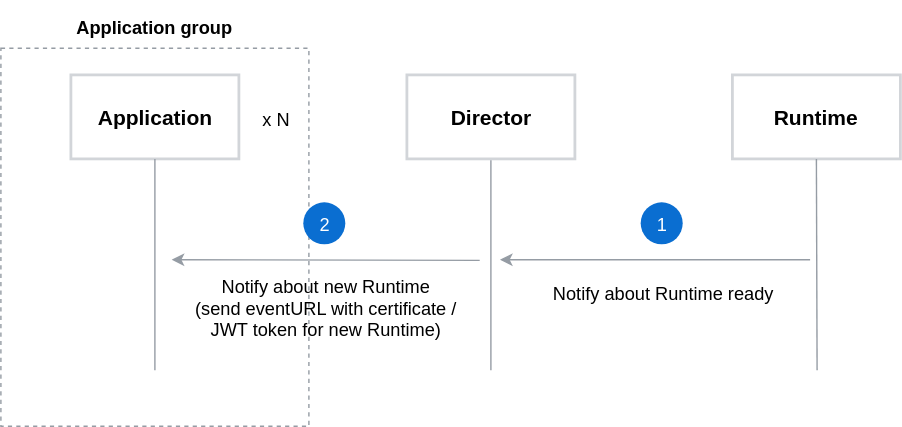
This is docs/architecture/assets/runtime-notification.svg from kyma-incubator/compass, a draw.io export, as it was before one commit. Source tidied: cells renumbered, new cells last; positions are measured from the earlier drawing's top-left corner, leaving out a move shared by most shapes. The source it was exported from:
```xml
<mxGraphModel background="#ffffff">
  <root>
    <mxCell id="0" />
    <mxCell id="1" parent="0" />
    <mxCell id="2" style="rounded=0;whiteSpace=wrap;html=1;dashed=1;strokeColor=#959CA4;fillColor=none;" parent="1" vertex="1">
      <mxGeometry y="34" width="220" height="270" as="geometry" />
    </mxCell>
    <mxCell id="3" value="&lt;font style=&quot;font-size: 15px&quot;&gt;&lt;b&gt;Application&lt;br&gt;&lt;/b&gt;&lt;/font&gt;" style="rounded=0;whiteSpace=wrap;html=1;strokeColor=#D2D5D9;strokeWidth=2;fillColor=#ffffff;fontFamily=Helvetica;fontSize=18;fontColor=#000000;align=center;" parent="1" vertex="1">
      <mxGeometry x="50" y="53" width="120" height="60" as="geometry" />
    </mxCell>
    <mxCell id="4" value="&lt;font style=&quot;font-size: 15px&quot;&gt;&lt;b&gt;Director&lt;br&gt;&lt;/b&gt;&lt;/font&gt;" style="rounded=0;whiteSpace=wrap;html=1;strokeColor=#D2D5D9;strokeWidth=2;fillColor=#ffffff;fontFamily=Helvetica;fontSize=18;fontColor=#000000;align=center;" parent="1" vertex="1">
      <mxGeometry x="290" y="53" width="120" height="60" as="geometry" />
    </mxCell>
    <mxCell id="5" value="&lt;font style=&quot;font-size: 15px&quot;&gt;&lt;b&gt;Runtime&lt;br&gt;&lt;/b&gt;&lt;/font&gt;" style="rounded=0;whiteSpace=wrap;html=1;strokeColor=#D2D5D9;strokeWidth=2;fillColor=#ffffff;fontFamily=Helvetica;fontSize=18;fontColor=#000000;align=center;" parent="1" vertex="1">
      <mxGeometry x="522.5" y="53" width="120" height="60" as="geometry" />
    </mxCell>
    <mxCell id="6" style="endArrow=none;html=1;labelBackgroundColor=none;strokeColor=#959CA4;strokeWidth=1;fillColor=#000000;fontFamily=Helvetica;fontSize=18;fontColor=#000000;entryX=0.5;entryY=1;entryDx=0;entryDy=0;" parent="1" edge="1">
      <mxGeometry relative="1" as="geometry">
        <mxPoint x="110" y="264" as="sourcePoint" />
        <mxPoint x="110" y="113" as="targetPoint" />
      </mxGeometry>
    </mxCell>
    <mxCell id="7" style="endArrow=none;html=1;labelBackgroundColor=none;strokeColor=#959CA4;strokeWidth=1;fillColor=#000000;fontFamily=Helvetica;fontSize=18;fontColor=#000000;entryX=0.5;entryY=1;entryDx=0;entryDy=0;" parent="1" edge="1">
      <mxGeometry relative="1" as="geometry">
        <mxPoint x="350" y="264" as="sourcePoint" />
        <mxPoint x="350" y="114" as="targetPoint" />
      </mxGeometry>
    </mxCell>
    <mxCell id="8" style="endArrow=none;html=1;labelBackgroundColor=none;strokeColor=#959CA4;strokeWidth=1;fillColor=#000000;fontFamily=Helvetica;fontSize=18;fontColor=#000000;entryX=0.5;entryY=1;entryDx=0;entryDy=0;" parent="1" edge="1">
      <mxGeometry relative="1" as="geometry">
        <mxPoint x="583" y="264" as="sourcePoint" />
        <mxPoint x="582.5" y="113" as="targetPoint" />
      </mxGeometry>
    </mxCell>
    <mxCell id="9" style="endArrow=classic;html=1;labelBackgroundColor=none;strokeColor=#959CA4;strokeWidth=1;fillColor=#000000;fontFamily=Helvetica;fontSize=18;fontColor=#000000;" parent="1" edge="1">
      <mxGeometry relative="1" as="geometry">
        <mxPoint x="578" y="185" as="sourcePoint" />
        <mxPoint x="356.5" y="185" as="targetPoint" />
      </mxGeometry>
    </mxCell>
    <mxCell id="10" value="Notify about Runtime ready" style="text;html=1;strokeColor=none;fillColor=none;align=center;verticalAlign=middle;whiteSpace=wrap;rounded=0;fontFamily=Helvetica;fontSize=13;fontColor=#000000;" parent="1" vertex="1">
      <mxGeometry x="374.5" y="198" width="195" height="20" as="geometry" />
    </mxCell>
    <mxCell id="11" value="&lt;h3 style=&quot;text-align: center&quot;&gt;&lt;font style=&quot;font-weight: normal ; font-size: 13px&quot;&gt;1&lt;/font&gt;&lt;/h3&gt;" style="ellipse;html=1;rounded=0;shadow=0;glass=0;comic=0;labelBackgroundColor=none;strokeColor=none;strokeWidth=1;fillColor=#0A6ED1;gradientColor=none;fontSize=13;fontColor=#FFFFFF;align=center;verticalAlign=middle;horizontal=1;" parent="1" vertex="1">
      <mxGeometry x="457" y="144" width="30" height="30" as="geometry" />
    </mxCell>
    <mxCell id="12" style="endArrow=classic;html=1;labelBackgroundColor=none;strokeColor=#959CA4;strokeWidth=1;fillColor=#000000;fontFamily=Helvetica;fontSize=18;fontColor=#000000;" parent="1" edge="1">
      <mxGeometry relative="1" as="geometry">
        <mxPoint x="342" y="185.5" as="sourcePoint" />
        <mxPoint x="122" y="185" as="targetPoint" />
      </mxGeometry>
    </mxCell>
    <mxCell id="13" value="Notify about new Runtime&lt;br&gt;(send eventURL with certificate / JWT token for new Runtime)" style="text;html=1;strokeColor=none;fillColor=none;align=center;verticalAlign=middle;whiteSpace=wrap;rounded=0;fontFamily=Helvetica;fontSize=13;fontColor=#000000;" parent="1" vertex="1">
      <mxGeometry x="134.5" y="208" width="195" height="20" as="geometry" />
    </mxCell>
    <mxCell id="14" value="&lt;h3 style=&quot;text-align: center&quot;&gt;&lt;font style=&quot;font-weight: normal ; font-size: 13px&quot;&gt;2&lt;/font&gt;&lt;/h3&gt;" style="ellipse;html=1;rounded=0;shadow=0;glass=0;comic=0;labelBackgroundColor=none;strokeColor=none;strokeWidth=1;fillColor=#0A6ED1;gradientColor=none;fontSize=13;fontColor=#FFFFFF;align=center;verticalAlign=middle;horizontal=1;" parent="1" vertex="1">
      <mxGeometry x="216" y="144" width="30" height="30" as="geometry" />
    </mxCell>
    <mxCell id="15" value="&lt;span style=&quot;font-size: 13px&quot;&gt;&lt;b&gt;Application group&lt;/b&gt;&lt;/span&gt;" style="text;html=1;strokeColor=none;fillColor=none;align=center;verticalAlign=middle;whiteSpace=wrap;rounded=0;fontFamily=Helvetica;fontSize=18;fontColor=#000000;" parent="1" vertex="1">
      <mxGeometry x="20" y="0.5" width="180" height="33" as="geometry" />
    </mxCell>
    <mxCell id="16" value="&lt;span style=&quot;font-size: 13px&quot;&gt;x N&lt;/span&gt;" style="text;html=1;strokeColor=none;fillColor=none;align=center;verticalAlign=middle;whiteSpace=wrap;rounded=0;fontFamily=Helvetica;fontSize=18;fontColor=#000000;" parent="1" vertex="1">
      <mxGeometry x="167.5" y="66.5" width="58" height="33" as="geometry" />
    </mxCell>
  </root>
</mxGraphModel>
```
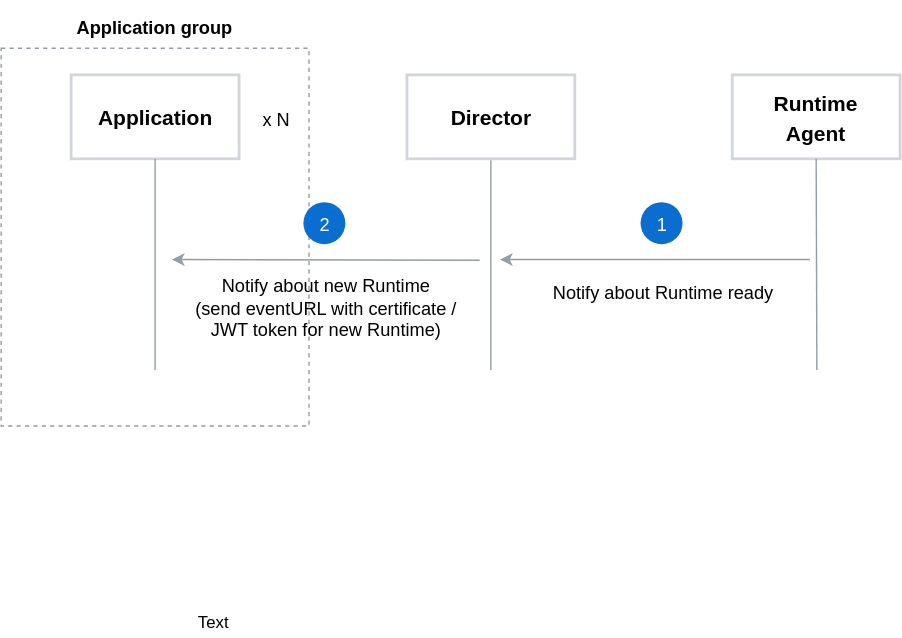
After the change.

Diff of the diagram source:
```diff
@@ -11,7 +11,7 @@
     <mxCell id="4" value="&lt;font style=&quot;font-size: 15px&quot;&gt;&lt;b&gt;Director&lt;br&gt;&lt;/b&gt;&lt;/font&gt;" style="rounded=0;whiteSpace=wrap;html=1;strokeColor=#D2D5D9;strokeWidth=2;fillColor=#ffffff;fontFamily=Helvetica;fontSize=18;fontColor=#000000;align=center;" parent="1" vertex="1">
       <mxGeometry x="290" y="53" width="120" height="60" as="geometry" />
     </mxCell>
-    <mxCell id="5" value="&lt;font style=&quot;font-size: 15px&quot;&gt;&lt;b&gt;Runtime&lt;br&gt;&lt;/b&gt;&lt;/font&gt;" style="rounded=0;whiteSpace=wrap;html=1;strokeColor=#D2D5D9;strokeWidth=2;fillColor=#ffffff;fontFamily=Helvetica;fontSize=18;fontColor=#000000;align=center;" parent="1" vertex="1">
+    <mxCell id="5" value="&lt;font style=&quot;font-size: 15px&quot;&gt;&lt;b&gt;Runtime&lt;br&gt;Agent&lt;br&gt;&lt;/b&gt;&lt;/font&gt;" style="rounded=0;whiteSpace=wrap;html=1;strokeColor=#D2D5D9;strokeWidth=2;fillColor=#ffffff;fontFamily=Helvetica;fontSize=18;fontColor=#000000;align=center;" parent="1" vertex="1">
       <mxGeometry x="522.5" y="53" width="120" height="60" as="geometry" />
     </mxCell>
     <mxCell id="6" style="endArrow=none;html=1;labelBackgroundColor=none;strokeColor=#959CA4;strokeWidth=1;fillColor=#000000;fontFamily=Helvetica;fontSize=18;fontColor=#000000;entryX=0.5;entryY=1;entryDx=0;entryDy=0;" parent="1" edge="1">
@@ -62,5 +62,8 @@
     <mxCell id="16" value="&lt;span style=&quot;font-size: 13px&quot;&gt;x N&lt;/span&gt;" style="text;html=1;strokeColor=none;fillColor=none;align=center;verticalAlign=middle;whiteSpace=wrap;rounded=0;fontFamily=Helvetica;fontSize=18;fontColor=#000000;" parent="1" vertex="1">
       <mxGeometry x="167.5" y="66.5" width="58" height="33" as="geometry" />
     </mxCell>
+    <mxCell id="17" value="Text" style="text;html=1;align=left;verticalAlign=top;spacingTop=-4;" parent="1" vertex="1">
+      <mxGeometry x="139" y="435" width="40" height="20" as="geometry" />
+    </mxCell>
   </root>
 </mxGraphModel>
```
